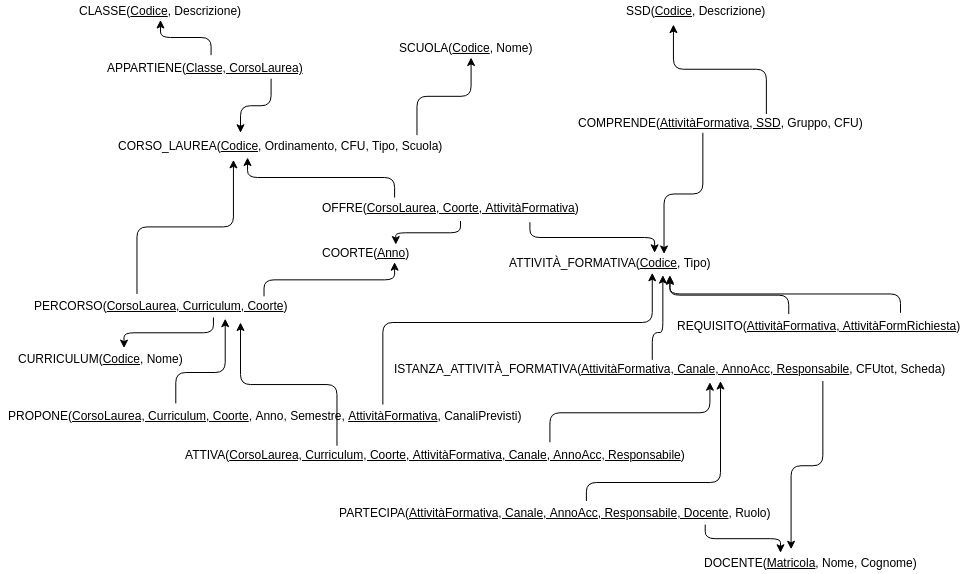
The draw.io diagram Schemas/relational model.png in lucamoroz/Didactics_DB, before a commit. Source tidied: cells renumbered, new cells last; positions are measured from the earlier drawing's top-left corner, leaving out a move shared by most shapes.
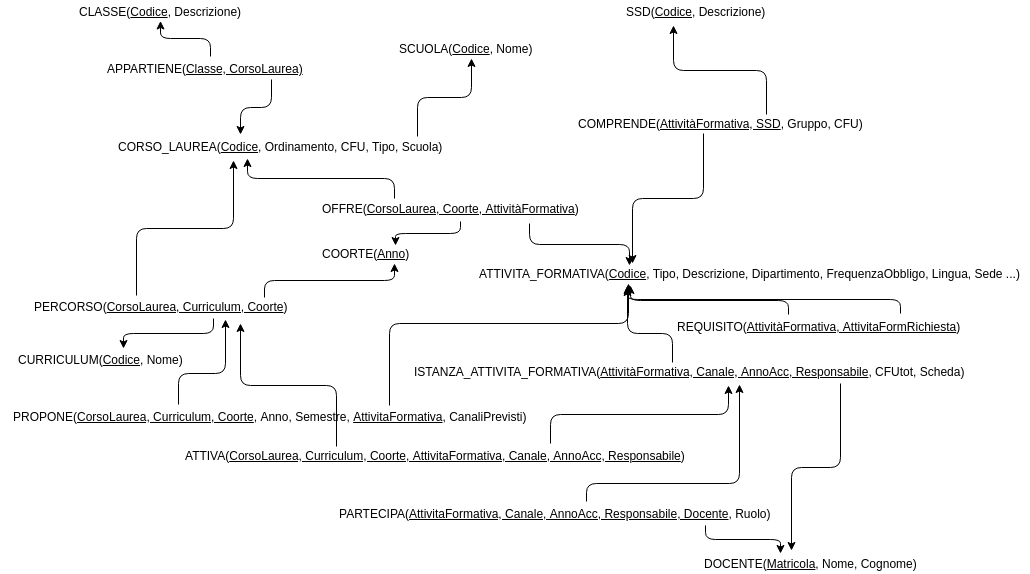
The same file after the commit.

Commit message:
Update ER and relational model

Change to the diagram source:
```diff
@@ -35,8 +35,8 @@
     <mxCell id="12" value="COORTE(&lt;u&gt;Anno&lt;/u&gt;)" style="text;html=1;align=center;verticalAlign=middle;points=[];fillColor=none;strokeColor=none;rounded=0;" parent="1" vertex="1">
       <mxGeometry x="315" y="242" width="100" height="20" as="geometry" />
     </mxCell>
-    <mxCell id="13" value="ATTIVITÀ_FORMATIVA(&lt;u&gt;Codice&lt;/u&gt;, Tipo)" style="text;html=1;align=center;verticalAlign=middle;points=[];fillColor=none;strokeColor=none;rounded=0;" parent="1" vertex="1">
-      <mxGeometry x="500" y="252" width="220" height="20" as="geometry" />
+    <mxCell id="13" value="ATTIVITA_FORMATIVA(&lt;u&gt;Codice&lt;/u&gt;, Tipo, Descrizione, Dipartimento, FrequenzaObbligo, Lingua, Sede ...)" style="text;html=1;align=center;verticalAlign=middle;points=[];fillColor=none;strokeColor=none;rounded=0;" parent="1" vertex="1">
+      <mxGeometry x="469" y="262" width="560" height="20" as="geometry" />
     </mxCell>
     <mxCell id="14" style="edgeStyle=elbowEdgeStyle;elbow=vertical;endArrow=classic;html=1;entryX=0.403;entryY=1.125;entryDx=0;entryDy=0;entryPerimeter=0;exitX=0.293;exitY=-0.025;exitDx=0;exitDy=0;exitPerimeter=0;" parent="1" edge="1" source="11" target="6">
       <mxGeometry relative="1" as="geometry" />
@@ -44,13 +44,13 @@
     <mxCell id="15" style="edgeStyle=elbowEdgeStyle;elbow=vertical;endArrow=classic;html=1;exitX=0.537;exitY=1.15;exitDx=0;exitDy=0;exitPerimeter=0;entryX=0.8;entryY=0.075;entryDx=0;entryDy=0;entryPerimeter=0;" parent="1" edge="1" source="11" target="12">
       <mxGeometry relative="1" as="geometry" />
     </mxCell>
-    <mxCell id="16" style="edgeStyle=elbowEdgeStyle;elbow=vertical;endArrow=classic;html=1;exitX=0.793;exitY=1.25;exitDx=0;exitDy=0;exitPerimeter=0;entryX=0.7;entryY=0;entryDx=0;entryDy=0;entryPerimeter=0;" parent="1" edge="1" source="11" target="13">
+    <mxCell id="16" style="edgeStyle=elbowEdgeStyle;elbow=vertical;endArrow=classic;html=1;exitX=0.793;exitY=1.25;exitDx=0;exitDy=0;exitPerimeter=0;entryX=0.286;entryY=0.1;entryDx=0;entryDy=0;entryPerimeter=0;" parent="1" edge="1" source="11" target="13">
       <mxGeometry relative="1" as="geometry" />
     </mxCell>
     <mxCell id="17" value="COMPRENDE(&lt;u&gt;AttivitàFormativa, SSD&lt;/u&gt;, Gruppo, CFU)" style="text;html=1;align=center;verticalAlign=middle;points=[];fillColor=none;strokeColor=none;rounded=0;" parent="1" vertex="1">
       <mxGeometry x="570" y="112" width="300" height="20" as="geometry" />
     </mxCell>
-    <mxCell id="18" style="edgeStyle=elbowEdgeStyle;elbow=vertical;endArrow=classic;html=1;exitX=0.443;exitY=1;exitDx=0;exitDy=0;exitPerimeter=0;entryX=0.741;entryY=0.075;entryDx=0;entryDy=0;entryPerimeter=0;" parent="1" edge="1" source="17" target="13">
+    <mxCell id="18" style="edgeStyle=elbowEdgeStyle;elbow=vertical;endArrow=classic;html=1;exitX=0.443;exitY=1;exitDx=0;exitDy=0;exitPerimeter=0;entryX=0.291;entryY=0;entryDx=0;entryDy=0;entryPerimeter=0;" parent="1" edge="1" source="17" target="13">
       <mxGeometry relative="1" as="geometry" />
     </mxCell>
     <mxCell id="19" style="edgeStyle=elbowEdgeStyle;elbow=vertical;endArrow=classic;html=1;exitX=0.653;exitY=0.05;exitDx=0;exitDy=0;exitPerimeter=0;entryX=0.353;entryY=1.225;entryDx=0;entryDy=0;entryPerimeter=0;" parent="1" edge="1" source="17" target="5">
@@ -68,8 +68,8 @@
     <mxCell id="23" style="edgeStyle=elbowEdgeStyle;elbow=vertical;endArrow=classic;html=1;exitX=0.696;exitY=1.1;exitDx=0;exitDy=0;exitPerimeter=0;entryX=0.628;entryY=-0.05;entryDx=0;entryDy=0;entryPerimeter=0;" parent="1" edge="1" source="20" target="4">
       <mxGeometry relative="1" as="geometry" />
     </mxCell>
-    <mxCell id="24" value="PROPONE(&lt;u&gt;CorsoLaurea, Curriculum, Coorte&lt;/u&gt;, Anno, Semestre,&amp;nbsp;&lt;u&gt;AttivitàFormativa&lt;/u&gt;, CanaliPrevisti)" style="text;html=1;align=center;verticalAlign=middle;points=[];fillColor=none;strokeColor=none;rounded=0;" parent="1" vertex="1">
-      <mxGeometry y="404.5" width="530" height="20" as="geometry" />
+    <mxCell id="24" value="PROPONE(&lt;u&gt;CorsoLaurea, Curriculum, Coorte&lt;/u&gt;, Anno, Semestre,&amp;nbsp;&lt;u&gt;AttivitaFormativa&lt;/u&gt;, CanaliPrevisti)" style="text;html=1;align=center;verticalAlign=middle;points=[];fillColor=none;strokeColor=none;rounded=0;" parent="1" vertex="1">
+      <mxGeometry y="404.5" width="540" height="20" as="geometry" />
     </mxCell>
     <mxCell id="25" style="edgeStyle=elbowEdgeStyle;elbow=vertical;endArrow=classic;html=1;exitX=0.33;exitY=-0.1;exitDx=0;exitDy=0;exitPerimeter=0;entryX=0.741;entryY=1.15;entryDx=0;entryDy=0;entryPerimeter=0;" parent="1" edge="1" source="24" target="20">
       <mxGeometry relative="1" as="geometry">
@@ -78,7 +78,7 @@
         </Array>
       </mxGeometry>
     </mxCell>
-    <mxCell id="26" style="edgeStyle=elbowEdgeStyle;elbow=vertical;endArrow=classic;html=1;exitX=0.721;exitY=-0.025;exitDx=0;exitDy=0;exitPerimeter=0;entryX=0.69;entryY=1.015;entryDx=0;entryDy=0;entryPerimeter=0;" parent="1" edge="1" source="24" target="13">
+    <mxCell id="26" style="edgeStyle=elbowEdgeStyle;elbow=vertical;endArrow=classic;html=1;exitX=0.721;exitY=-0.025;exitDx=0;exitDy=0;exitPerimeter=0;entryX=0.284;entryY=1;entryDx=0;entryDy=0;entryPerimeter=0;" parent="1" edge="1" source="24" target="13">
       <mxGeometry relative="1" as="geometry">
         <Array as="points">
           <mxPoint x="410" y="322" />
@@ -86,10 +86,10 @@
         </Array>
       </mxGeometry>
     </mxCell>
-    <mxCell id="27" value="ISTANZA_ATTIVITÀ_FORMATIVA(&lt;u&gt;AttivitàFormativa, Canale, AnnoAcc, Responsabile&lt;/u&gt;, CFUtot, Scheda)" style="text;html=1;align=center;verticalAlign=middle;points=[];fillColor=none;strokeColor=none;rounded=0;" parent="1" vertex="1">
-      <mxGeometry x="384" y="358" width="570" height="20" as="geometry" />
+    <mxCell id="27" value="ISTANZA_ATTIVITA_FORMATIVA(&lt;u&gt;AttivitàFormativa, Canale, AnnoAcc, Responsabile&lt;/u&gt;, CFUtot, Scheda)" style="text;html=1;align=center;verticalAlign=middle;points=[];fillColor=none;strokeColor=none;rounded=0;" parent="1" vertex="1">
+      <mxGeometry x="409" y="359.5" width="560" height="20" as="geometry" />
     </mxCell>
-    <mxCell id="28" style="edgeStyle=elbowEdgeStyle;elbow=vertical;endArrow=classic;html=1;exitX=0.469;exitY=0.05;exitDx=0;exitDy=0;exitPerimeter=0;entryX=0.738;entryY=1.132;entryDx=0;entryDy=0;entryPerimeter=0;" parent="1" edge="1" source="27" target="13">
+    <mxCell id="28" style="edgeStyle=elbowEdgeStyle;elbow=vertical;endArrow=classic;html=1;exitX=0.469;exitY=0.05;exitDx=0;exitDy=0;exitPerimeter=0;entryX=0.282;entryY=1.2;entryDx=0;entryDy=0;entryPerimeter=0;" parent="1" edge="1" source="27" target="13">
       <mxGeometry relative="1" as="geometry">
         <Array as="points">
           <mxPoint x="669" y="332" />
@@ -102,7 +102,7 @@
     <mxCell id="30" style="edgeStyle=elbowEdgeStyle;elbow=vertical;endArrow=classic;html=1;exitX=0.769;exitY=1.1;exitDx=0;exitDy=0;exitPerimeter=0;entryX=0.417;entryY=-0.15;entryDx=0;entryDy=0;entryPerimeter=0;" parent="1" edge="1" source="27" target="29">
       <mxGeometry relative="1" as="geometry" />
     </mxCell>
-    <mxCell id="31" value="PARTECIPA(&lt;u&gt;AttivitàFormativa, Canale, AnnoAcc, Responsabile, Docente&lt;/u&gt;, Ruolo)" style="text;html=1;align=center;verticalAlign=middle;points=[];fillColor=none;strokeColor=none;rounded=0;" parent="1" vertex="1">
+    <mxCell id="31" value="PARTECIPA(&lt;u&gt;AttivitaFormativa, Canale, AnnoAcc, Responsabile, Docente&lt;/u&gt;, Ruolo)" style="text;html=1;align=center;verticalAlign=middle;points=[];fillColor=none;strokeColor=none;rounded=0;" parent="1" vertex="1">
       <mxGeometry x="330" y="502" width="450" height="20" as="geometry" />
     </mxCell>
     <mxCell id="32" style="edgeStyle=elbowEdgeStyle;elbow=vertical;endArrow=classic;html=1;entryX=0.589;entryY=1.15;entryDx=0;entryDy=0;entryPerimeter=0;exitX=0.569;exitY=-0.1;exitDx=0;exitDy=0;exitPerimeter=0;" parent="1" edge="1" source="31" target="27">
@@ -116,7 +116,7 @@
     <mxCell id="33" style="edgeStyle=elbowEdgeStyle;elbow=vertical;endArrow=classic;html=1;exitX=0.833;exitY=1.1;exitDx=0;exitDy=0;exitPerimeter=0;entryX=0.37;entryY=0;entryDx=0;entryDy=0;entryPerimeter=0;" parent="1" edge="1" source="31" target="29">
       <mxGeometry relative="1" as="geometry" />
     </mxCell>
-    <mxCell id="34" value="ATTIVA(&lt;u&gt;CorsoLaurea, Curriculum, Coorte, AttivitàFormativa, Canale, AnnoAcc, Responsabile&lt;/u&gt;)" style="text;html=1;align=center;verticalAlign=middle;points=[];fillColor=none;strokeColor=none;rounded=0;" parent="1" vertex="1">
+    <mxCell id="34" value="ATTIVA(&lt;u&gt;CorsoLaurea, Curriculum, Coorte, AttivitaFormativa, Canale, AnnoAcc, Responsabile&lt;/u&gt;)" style="text;html=1;align=center;verticalAlign=middle;points=[];fillColor=none;strokeColor=none;rounded=0;" parent="1" vertex="1">
       <mxGeometry x="175" y="443.5" width="520" height="20" as="geometry" />
     </mxCell>
     <mxCell id="35" style="edgeStyle=elbowEdgeStyle;elbow=vertical;endArrow=classic;html=1;exitX=0.31;exitY=0.075;exitDx=0;exitDy=0;exitPerimeter=0;" parent="1" edge="1" source="34">
@@ -127,13 +127,13 @@
     <mxCell id="36" style="edgeStyle=elbowEdgeStyle;elbow=vertical;endArrow=classic;html=1;entryX=0.57;entryY=1.2;entryDx=0;entryDy=0;entryPerimeter=0;exitX=0.721;exitY=-0.075;exitDx=0;exitDy=0;exitPerimeter=0;" parent="1" edge="1" source="34" target="27">
       <mxGeometry relative="1" as="geometry" />
     </mxCell>
-    <mxCell id="37" value="REQUISITO(&lt;u&gt;AttivitàFormativa, AttivitàFormRichiesta&lt;/u&gt;)" style="text;html=1;align=center;verticalAlign=middle;points=[];fillColor=none;strokeColor=none;rounded=0;" parent="1" vertex="1">
+    <mxCell id="37" value="REQUISITO(&lt;u&gt;AttivitàFormativa, AttivitaFormRichiesta&lt;/u&gt;)" style="text;html=1;align=center;verticalAlign=middle;points=[];fillColor=none;strokeColor=none;rounded=0;" parent="1" vertex="1">
       <mxGeometry x="668" y="314.5" width="300" height="20" as="geometry" />
     </mxCell>
-    <mxCell id="38" style="edgeStyle=elbowEdgeStyle;elbow=vertical;endArrow=classic;html=1;exitX=0.401;exitY=-0.051;exitDx=0;exitDy=0;exitPerimeter=0;entryX=0.77;entryY=1.191;entryDx=0;entryDy=0;entryPerimeter=0;" parent="1" edge="1" source="37" target="13">
+    <mxCell id="38" style="edgeStyle=elbowEdgeStyle;elbow=vertical;endArrow=classic;html=1;exitX=0.401;exitY=-0.051;exitDx=0;exitDy=0;exitPerimeter=0;entryX=0.288;entryY=1.1;entryDx=0;entryDy=0;entryPerimeter=0;" parent="1" edge="1" source="37" target="13">
       <mxGeometry relative="1" as="geometry" />
     </mxCell>
-    <mxCell id="39" style="edgeStyle=elbowEdgeStyle;elbow=vertical;endArrow=classic;html=1;exitX=0.773;exitY=-0.125;exitDx=0;exitDy=0;exitPerimeter=0;entryX=0.77;entryY=1.132;entryDx=0;entryDy=0;entryPerimeter=0;" parent="1" edge="1" source="37" target="13">
+    <mxCell id="39" style="edgeStyle=elbowEdgeStyle;elbow=vertical;endArrow=classic;html=1;exitX=0.773;exitY=-0.125;exitDx=0;exitDy=0;exitPerimeter=0;entryX=0.282;entryY=1.1;entryDx=0;entryDy=0;entryPerimeter=0;" parent="1" edge="1" source="37" target="13">
       <mxGeometry relative="1" as="geometry" />
     </mxCell>
   </root>
```
